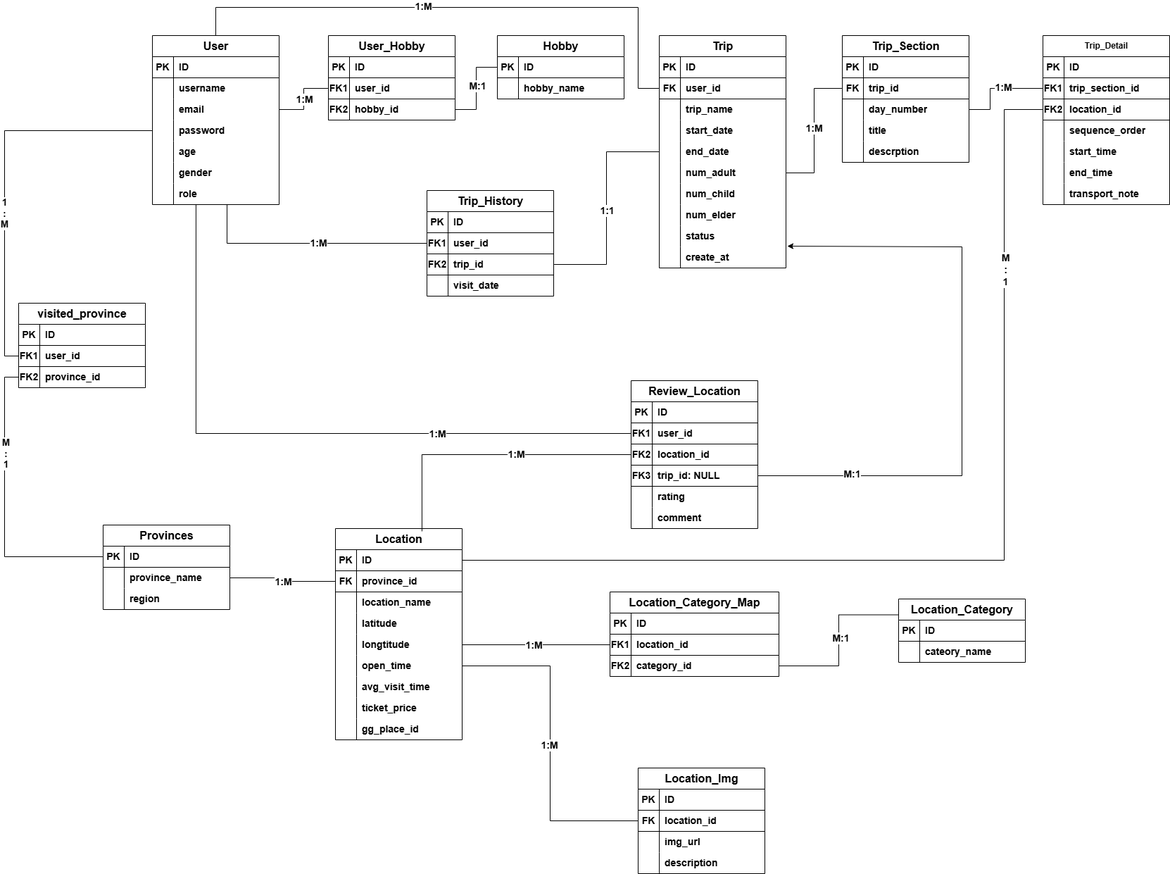
Quanbro07/Loko-Project keeps this draw.io diagram as Database_Design/database.drawio.png. Above is the earlier version. Source tidied: cells renumbered, new cells last; positions are measured from the earlier drawing's top-left corner, leaving out a move shared by most shapes.
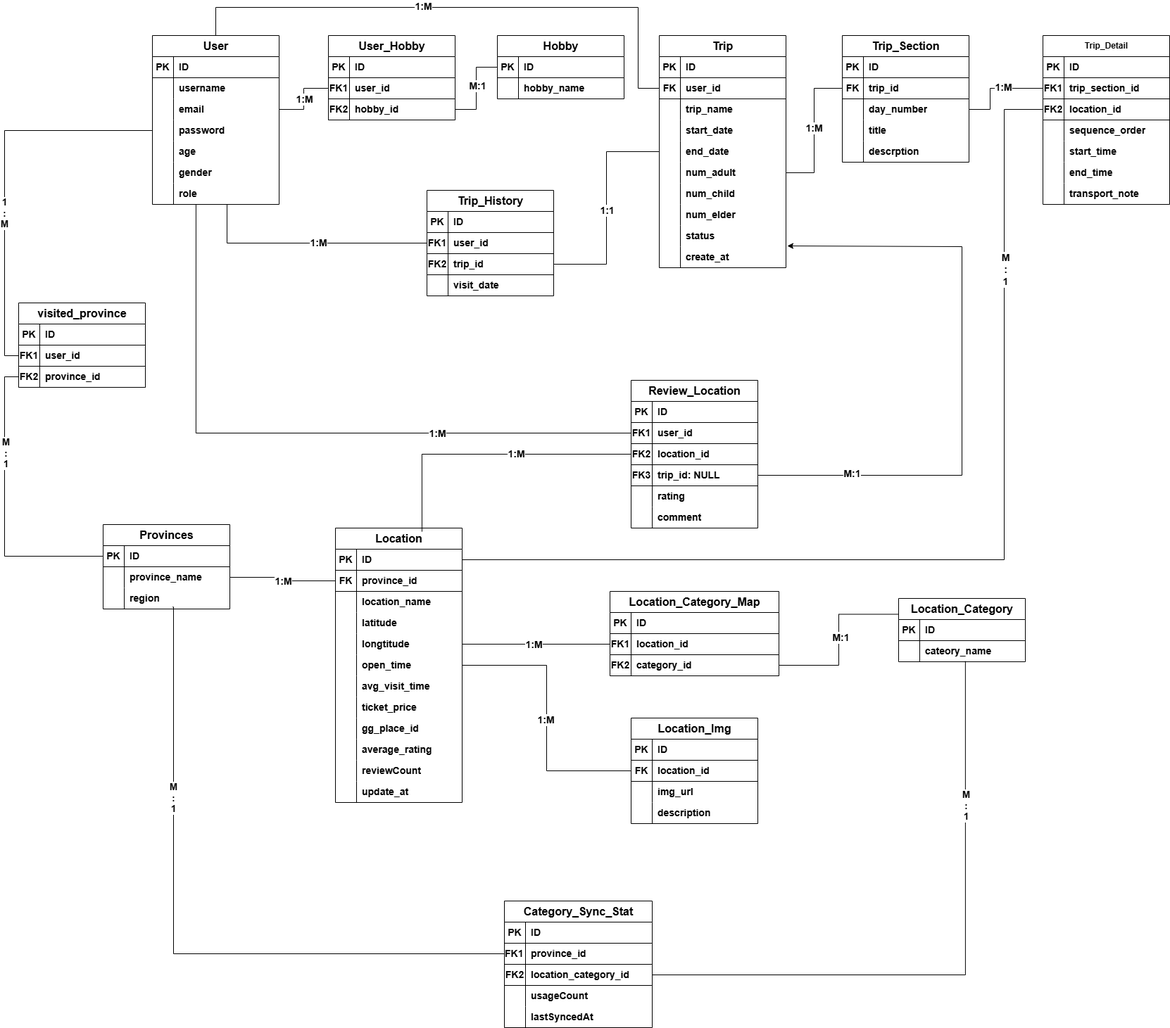
The same file after the commit.

Change to the diagram source:
```diff
@@ -162,7 +162,7 @@
       <mxGeometry x="30" width="150" height="30" as="geometry" />
     </mxCell>
     <mxCell id="53" value="&lt;font style=&quot;font-size: 16px;&quot;&gt;Location&lt;/font&gt;" style="shape=table;startSize=30;rowLines=0;fontStyle=1;align=center;html=1;" parent="1" vertex="1">
-      <mxGeometry x="450" y="740" width="180" height="300" as="geometry" />
+      <mxGeometry x="450" y="740" width="180" height="390" as="geometry" />
     </mxCell>
     <mxCell id="54" style="shape=tableRow;horizontal=0;startSize=0;swimlaneHead=0;swimlaneBody=0;fillColor=none;points=[[0,0.5],[1,0.5]];portConstraint=eastwest;top=0;left=0;right=0;bottom=1;" parent="53" vertex="1">
       <mxGeometry y="30" width="180" height="30" as="geometry" />
@@ -245,6 +245,33 @@
     <mxCell id="80" value="gg_place_id" style="shape=partialRectangle;fillColor=none;top=0;left=0;bottom=0;right=0;align=left;spacingLeft=6;overflow=hidden;whiteSpace=wrap;html=1;fontStyle=1;fontSize=14;" parent="78" vertex="1">
       <mxGeometry x="30" width="150" height="30" as="geometry" />
     </mxCell>
+    <mxCell id="254" style="shape=tableRow;horizontal=0;startSize=0;swimlaneHead=0;swimlaneBody=0;fillColor=none;top=0;left=0;right=0;bottom=0;" parent="53" vertex="1">
+      <mxGeometry y="300" width="180" height="30" as="geometry" />
+    </mxCell>
+    <mxCell id="255" style="shape=partialRectangle;fillColor=none;top=0;left=0;bottom=0;right=0;overflow=hidden;whiteSpace=wrap;html=1;" parent="254" vertex="1">
+      <mxGeometry width="30" height="30" as="geometry" />
+    </mxCell>
+    <mxCell id="256" value="average_rating" style="shape=partialRectangle;fillColor=none;top=0;left=0;bottom=0;right=0;align=left;spacingLeft=6;overflow=hidden;whiteSpace=wrap;html=1;fontStyle=1;fontSize=14;" parent="254" vertex="1">
+      <mxGeometry x="30" width="150" height="30" as="geometry" />
+    </mxCell>
+    <mxCell id="257" style="shape=tableRow;horizontal=0;startSize=0;swimlaneHead=0;swimlaneBody=0;fillColor=none;top=0;left=0;right=0;bottom=0;" parent="53" vertex="1">
+      <mxGeometry y="330" width="180" height="30" as="geometry" />
+    </mxCell>
+    <mxCell id="258" style="shape=partialRectangle;fillColor=none;top=0;left=0;bottom=0;right=0;overflow=hidden;whiteSpace=wrap;html=1;" parent="257" vertex="1">
+      <mxGeometry width="30" height="30" as="geometry" />
+    </mxCell>
+    <mxCell id="259" value="reviewCount" style="shape=partialRectangle;fillColor=none;top=0;left=0;bottom=0;right=0;align=left;spacingLeft=6;overflow=hidden;whiteSpace=wrap;html=1;fontStyle=1;fontSize=14;" parent="257" vertex="1">
+      <mxGeometry x="30" width="150" height="30" as="geometry" />
+    </mxCell>
+    <mxCell id="260" style="shape=tableRow;horizontal=0;startSize=0;swimlaneHead=0;swimlaneBody=0;fillColor=none;top=0;left=0;right=0;bottom=0;" parent="53" vertex="1">
+      <mxGeometry y="360" width="180" height="30" as="geometry" />
+    </mxCell>
+    <mxCell id="261" style="shape=partialRectangle;fillColor=none;top=0;left=0;bottom=0;right=0;overflow=hidden;whiteSpace=wrap;html=1;" parent="260" vertex="1">
+      <mxGeometry width="30" height="30" as="geometry" />
+    </mxCell>
+    <mxCell id="262" value="update_at" style="shape=partialRectangle;fillColor=none;top=0;left=0;bottom=0;right=0;align=left;spacingLeft=6;overflow=hidden;whiteSpace=wrap;html=1;fontStyle=1;fontSize=14;" parent="260" vertex="1">
+      <mxGeometry x="30" width="150" height="30" as="geometry" />
+    </mxCell>
     <mxCell id="81" value="&lt;font style=&quot;font-size: 16px;&quot;&gt;Location_Category_Map&lt;/font&gt;" style="shape=table;startSize=30;rowLines=0;fontStyle=1;align=center;html=1;" parent="1" vertex="1">
       <mxGeometry x="840" y="830" width="240" height="120" as="geometry" />
     </mxCell>
@@ -543,7 +570,7 @@
       <mxGeometry x="30" width="150" height="30" as="geometry" />
     </mxCell>
     <mxCell id="180" value="&lt;font style=&quot;font-size: 16px;&quot;&gt;Location_Img&lt;/font&gt;" style="shape=table;startSize=30;rowLines=0;fontStyle=1;align=center;html=1;" parent="1" vertex="1">
-      <mxGeometry x="880" y="1080" width="180" height="150" as="geometry" />
+      <mxGeometry x="870" y="1010" width="180" height="150" as="geometry" />
     </mxCell>
     <mxCell id="181" style="shape=tableRow;horizontal=0;startSize=0;swimlaneHead=0;swimlaneBody=0;fillColor=none;top=0;left=0;right=0;bottom=1;" parent="180" vertex="1">
       <mxGeometry y="30" width="180" height="30" as="geometry" />
@@ -783,5 +810,74 @@
     <mxCell id="253" value="&lt;font style=&quot;font-size: 13px;&quot;&gt;&lt;b&gt;M&lt;br&gt;:&lt;br&gt;1&lt;/b&gt;&lt;/font&gt;" style="edgeLabel;html=1;align=center;verticalAlign=middle;" parent="252" vertex="1">
       <mxGeometry x="-0.38" y="1" relative="1" as="geometry" />
     </mxCell>
+    <mxCell id="263" value="&lt;font style=&quot;font-size: 16px;&quot;&gt;Category_Sync_Stat&lt;/font&gt;" style="shape=table;startSize=30;rowLines=0;fontStyle=1;align=center;html=1;" parent="1" vertex="1">
+      <mxGeometry x="690" y="1270" width="210" height="180" as="geometry" />
+    </mxCell>
+    <mxCell id="264" style="shape=tableRow;horizontal=0;startSize=0;swimlaneHead=0;swimlaneBody=0;fillColor=none;top=0;left=0;right=0;bottom=1;" parent="263" vertex="1">
+      <mxGeometry y="30" width="210" height="30" as="geometry" />
+    </mxCell>
+    <mxCell id="265" value="PK" style="shape=partialRectangle;fillColor=none;top=0;left=0;bottom=0;right=0;fontStyle=1;overflow=hidden;whiteSpace=wrap;html=1;fontSize=14;" parent="264" vertex="1">
+      <mxGeometry width="30" height="30" as="geometry" />
+    </mxCell>
+    <mxCell id="266" value="ID" style="shape=partialRectangle;fillColor=none;top=0;left=0;bottom=0;right=0;align=left;spacingLeft=6;fontStyle=1;overflow=hidden;whiteSpace=wrap;html=1;fontSize=14;" parent="264" vertex="1">
+      <mxGeometry x="30" width="180" height="30" as="geometry" />
+    </mxCell>
+    <mxCell id="267" style="shape=tableRow;horizontal=0;startSize=0;swimlaneHead=0;swimlaneBody=0;fillColor=none;points=[[0,0.5],[1,0.5]];portConstraint=eastwest;top=0;left=0;right=0;bottom=1;" parent="263" vertex="1">
+      <mxGeometry y="60" width="210" height="30" as="geometry" />
+    </mxCell>
+    <mxCell id="268" value="FK1&lt;span style=&quot;white-space: pre;&quot;&gt;&#9;&lt;/span&gt;" style="shape=partialRectangle;fillColor=none;top=0;left=0;bottom=0;right=0;fontStyle=1;overflow=hidden;whiteSpace=wrap;html=1;fontSize=14;" parent="267" vertex="1">
+      <mxGeometry width="30" height="30" as="geometry" />
+    </mxCell>
+    <mxCell id="269" value="province_id" style="shape=partialRectangle;fillColor=none;top=0;left=0;bottom=0;right=0;align=left;spacingLeft=6;fontStyle=1;overflow=hidden;whiteSpace=wrap;html=1;fontSize=14;" parent="267" vertex="1">
+      <mxGeometry x="30" width="180" height="30" as="geometry" />
+    </mxCell>
+    <mxCell id="270" style="shape=tableRow;horizontal=0;startSize=0;swimlaneHead=0;swimlaneBody=0;fillColor=none;points=[[0,0.5],[1,0.5]];portConstraint=eastwest;top=0;left=0;right=0;bottom=1;" parent="263" vertex="1">
+      <mxGeometry y="90" width="210" height="30" as="geometry" />
+    </mxCell>
+    <mxCell id="271" value="FK2" style="shape=partialRectangle;fillColor=none;top=0;left=0;bottom=0;right=0;fontStyle=1;overflow=hidden;whiteSpace=wrap;html=1;fontSize=14;" parent="270" vertex="1">
+      <mxGeometry width="30" height="30" as="geometry" />
+    </mxCell>
+    <mxCell id="272" value="location_category_id" style="shape=partialRectangle;fillColor=none;top=0;left=0;bottom=0;right=0;align=left;spacingLeft=6;fontStyle=1;overflow=hidden;whiteSpace=wrap;html=1;fontSize=14;" parent="270" vertex="1">
+      <mxGeometry x="30" width="180" height="30" as="geometry" />
+    </mxCell>
+    <mxCell id="273" style="shape=tableRow;horizontal=0;startSize=0;swimlaneHead=0;swimlaneBody=0;fillColor=none;top=0;left=0;right=0;bottom=0;" parent="263" vertex="1">
+      <mxGeometry y="120" width="210" height="30" as="geometry" />
+    </mxCell>
+    <mxCell id="274" style="shape=partialRectangle;fillColor=none;top=0;left=0;bottom=0;right=0;overflow=hidden;whiteSpace=wrap;html=1;" parent="273" vertex="1">
+      <mxGeometry width="30" height="30" as="geometry" />
+    </mxCell>
+    <mxCell id="275" value="&lt;b&gt;&lt;font style=&quot;font-size: 14px;&quot;&gt;usageCount&lt;/font&gt;&lt;/b&gt;" style="shape=partialRectangle;fillColor=none;top=0;left=0;bottom=0;right=0;align=left;spacingLeft=6;overflow=hidden;whiteSpace=wrap;html=1;" parent="273" vertex="1">
+      <mxGeometry x="30" width="180" height="30" as="geometry" />
+    </mxCell>
+    <mxCell id="276" style="shape=tableRow;horizontal=0;startSize=0;swimlaneHead=0;swimlaneBody=0;fillColor=none;top=0;left=0;right=0;bottom=0;" parent="263" vertex="1">
+      <mxGeometry y="150" width="210" height="30" as="geometry" />
+    </mxCell>
+    <mxCell id="277" style="shape=partialRectangle;fillColor=none;top=0;left=0;bottom=0;right=0;overflow=hidden;whiteSpace=wrap;html=1;" parent="276" vertex="1">
+      <mxGeometry width="30" height="30" as="geometry" />
+    </mxCell>
+    <mxCell id="278" value="lastSyncedAt" style="shape=partialRectangle;fillColor=none;top=0;left=0;bottom=0;right=0;align=left;spacingLeft=6;overflow=hidden;whiteSpace=wrap;html=1;fontStyle=1;fontSize=14;" parent="276" vertex="1">
+      <mxGeometry x="30" width="180" height="30" as="geometry" />
+    </mxCell>
+    <mxCell id="279" style="edgeStyle=orthogonalEdgeStyle;rounded=0;jettySize=auto;html=1;exitX=0;exitY=0.5;exitDx=0;exitDy=0;endArrow=none;endFill=0;entryX=0.547;entryY=0.911;entryDx=0;entryDy=0;entryPerimeter=0;" parent="1" edge="1" source="267" target="50">
+      <mxGeometry relative="1" as="geometry">
+        <Array as="points">
+          <mxPoint x="220" y="1345" />
+          <mxPoint x="220" y="852" />
+        </Array>
+      </mxGeometry>
+    </mxCell>
+    <mxCell id="280" value="&lt;font style=&quot;font-size: 13px;&quot;&gt;&lt;b&gt;M&lt;br&gt;:&lt;br&gt;1&lt;/b&gt;&lt;/font&gt;" style="edgeLabel;html=1;align=center;verticalAlign=middle;" parent="279" vertex="1">
+      <mxGeometry x="0.57" y="-3" relative="1" as="geometry">
+        <mxPoint x="-4" y="65" as="offset" />
+      </mxGeometry>
+    </mxCell>
+    <mxCell id="281" style="edgeStyle=orthogonalEdgeStyle;rounded=0;jettySize=auto;html=1;exitX=1;exitY=0.5;exitDx=0;exitDy=0;entryX=0.527;entryY=0.972;entryDx=0;entryDy=0;entryPerimeter=0;endArrow=none;endFill=0;" parent="1" edge="1" source="270" target="95">
+      <mxGeometry relative="1" as="geometry" />
+    </mxCell>
+    <mxCell id="282" value="&lt;font style=&quot;font-size: 13px;&quot;&gt;&lt;b&gt;M&lt;br&gt;:&lt;br&gt;1&lt;/b&gt;&lt;/font&gt;" style="edgeLabel;html=1;align=center;verticalAlign=middle;" parent="281" vertex="1">
+      <mxGeometry x="0.54" y="-2" relative="1" as="geometry">
+        <mxPoint x="-1" y="-1" as="offset" />
+      </mxGeometry>
+    </mxCell>
   </root>
 </mxGraphModel>
```
